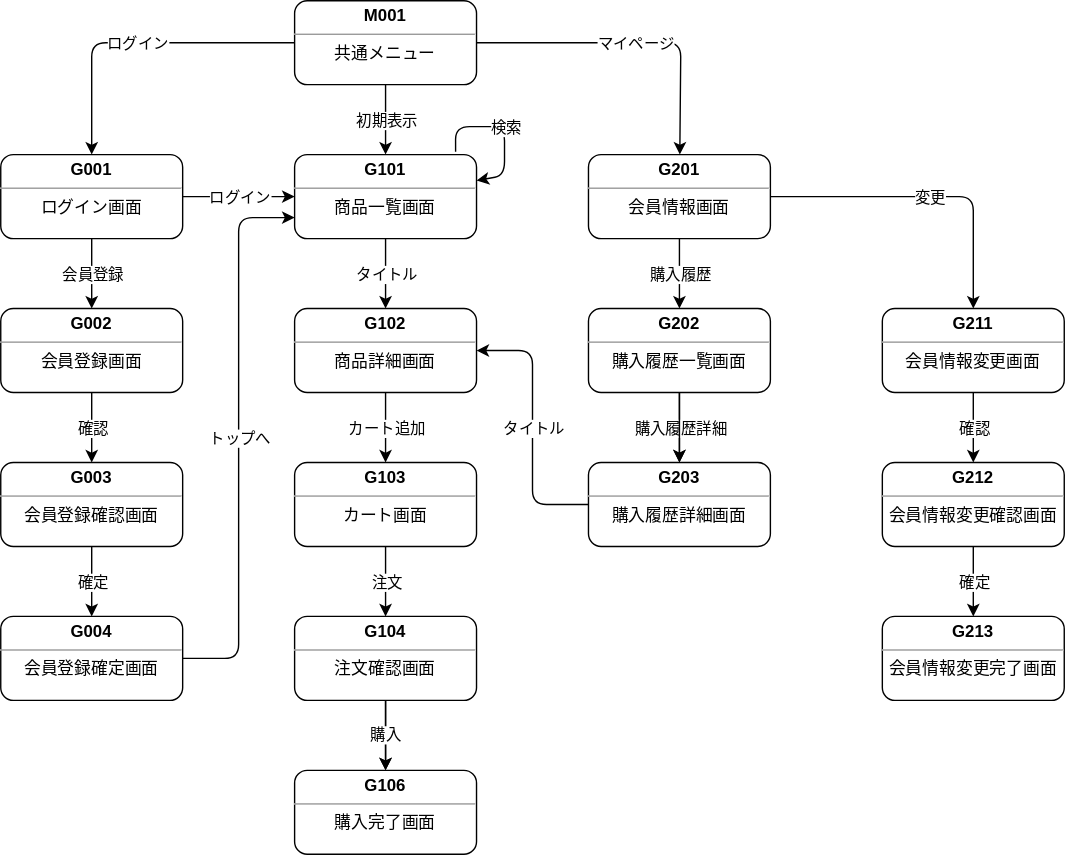
la-java-silicon-2021/shopping-doc keeps this draw.io diagram as documents/20_外部設計/image/画面遷移図.svg. Above is the earlier version. Source tidied: cells renumbered, new cells last; positions are measured from the earlier drawing's top-left corner, leaving out a move shared by most shapes. The source it was exported from:
```xml
<mxGraphModel>
  <root>
    <mxCell id="0" />
    <mxCell id="1" parent="0" />
    <mxCell id="2" style="endArrow=classic;html=1;" parent="1" edge="1" source="34" target="35">
      <mxGeometry relative="1" as="geometry" />
    </mxCell>
    <mxCell id="3" value="会員登録" style="edgeLabel;html=1;align=center;verticalAlign=middle;" parent="2" vertex="1">
      <mxGeometry relative="1" as="geometry" />
    </mxCell>
    <mxCell id="4" style="endArrow=classic;html=1;" parent="1" edge="1" source="35" target="36">
      <mxGeometry relative="1" as="geometry" />
    </mxCell>
    <mxCell id="5" value="確認" style="edgeLabel;html=1;align=center;verticalAlign=middle;" parent="4" vertex="1">
      <mxGeometry relative="1" as="geometry" />
    </mxCell>
    <mxCell id="6" style="endArrow=classic;html=1;" parent="1" edge="1" source="34" target="38">
      <mxGeometry relative="1" as="geometry" />
    </mxCell>
    <mxCell id="7" value="ログイン" style="edgeLabel;html=1;align=center;verticalAlign=middle;" parent="6" vertex="1">
      <mxGeometry relative="1" as="geometry" />
    </mxCell>
    <mxCell id="8" style="endArrow=classic;html=1;" parent="1" edge="1" source="38" target="39">
      <mxGeometry relative="1" as="geometry" />
    </mxCell>
    <mxCell id="9" value="タイトル" style="edgeLabel;html=1;align=center;verticalAlign=middle;" parent="8" vertex="1">
      <mxGeometry relative="1" as="geometry" />
    </mxCell>
    <mxCell id="10" style="endArrow=classic;html=1;" parent="1" edge="1" source="39" target="40">
      <mxGeometry relative="1" as="geometry" />
    </mxCell>
    <mxCell id="11" value="カート追加" style="edgeLabel;html=1;align=center;verticalAlign=middle;" parent="10" vertex="1">
      <mxGeometry relative="1" as="geometry" />
    </mxCell>
    <mxCell id="12" style="edgeStyle=orthogonalEdgeStyle;rounded=0;orthogonalLoop=1;jettySize=auto;html=1;" parent="1" edge="1">
      <mxGeometry relative="1" as="geometry">
        <mxPoint x="275" y="500" as="sourcePoint" />
        <mxPoint x="275" y="550" as="targetPoint" />
      </mxGeometry>
    </mxCell>
    <mxCell id="13" style="endArrow=classic;html=1;" parent="1" edge="1" source="40" target="46">
      <mxGeometry relative="1" as="geometry" />
    </mxCell>
    <mxCell id="14" value="注文" style="edgeLabel;html=1;align=center;verticalAlign=middle;" parent="13" vertex="1">
      <mxGeometry relative="1" as="geometry" />
    </mxCell>
    <mxCell id="15" value="購入" style="endArrow=classic;html=1;" parent="1" edge="1" source="46" target="47">
      <mxGeometry relative="1" as="geometry" />
    </mxCell>
    <mxCell id="16" style="endArrow=classic;html=1;" parent="1" edge="1" source="53" target="39">
      <mxGeometry relative="1" as="geometry">
        <Array as="points">
          <mxPoint x="380" y="360" />
          <mxPoint x="380" y="250" />
        </Array>
      </mxGeometry>
    </mxCell>
    <mxCell id="17" value="タイトル" style="edgeLabel;html=1;align=center;verticalAlign=middle;" parent="16" vertex="1">
      <mxGeometry relative="1" as="geometry" />
    </mxCell>
    <mxCell id="18" style="endArrow=classic;html=1;" parent="1" edge="1" source="41" target="50">
      <mxGeometry relative="1" as="geometry">
        <Array as="points">
          <mxPoint x="486" y="30" />
        </Array>
      </mxGeometry>
    </mxCell>
    <mxCell id="19" value="マイページ" style="edgeLabel;html=1;align=center;verticalAlign=middle;" parent="18" vertex="1">
      <mxGeometry relative="1" as="geometry" />
    </mxCell>
    <mxCell id="20" style="endArrow=classic;html=1;" parent="1" edge="1" source="50" target="52">
      <mxGeometry relative="1" as="geometry" />
    </mxCell>
    <mxCell id="21" value="購入履歴" style="edgeLabel;html=1;align=center;verticalAlign=middle;" parent="20" vertex="1">
      <mxGeometry relative="1" as="geometry" />
    </mxCell>
    <mxCell id="22" style="endArrow=classic;html=1;exitX=0.5;exitY=1;exitDx=0;exitDy=0;entryX=0.5;entryY=0;entryDx=0;entryDy=0;" parent="1" edge="1">
      <mxGeometry relative="1" as="geometry">
        <mxPoint x="485" y="280" as="sourcePoint" />
        <mxPoint x="485" y="330" as="targetPoint" />
      </mxGeometry>
    </mxCell>
    <mxCell id="23" value="購入履歴詳細" style="edgeLabel;html=1;align=center;verticalAlign=middle;" parent="22" vertex="1">
      <mxGeometry relative="1" as="geometry" />
    </mxCell>
    <mxCell id="24" style="endArrow=classic;html=1;" parent="1" edge="1" source="50" target="54">
      <mxGeometry relative="1" as="geometry">
        <Array as="points">
          <mxPoint x="695" y="140" />
        </Array>
      </mxGeometry>
    </mxCell>
    <mxCell id="25" value="変更" style="edgeLabel;html=1;align=center;verticalAlign=middle;" parent="24" vertex="1">
      <mxGeometry relative="1" as="geometry" />
    </mxCell>
    <mxCell id="26" style="endArrow=classic;html=1;" parent="1" edge="1" source="54" target="55">
      <mxGeometry relative="1" as="geometry" />
    </mxCell>
    <mxCell id="27" value="確認" style="edgeLabel;html=1;align=center;verticalAlign=middle;" parent="26" vertex="1">
      <mxGeometry relative="1" as="geometry" />
    </mxCell>
    <mxCell id="28" style="endArrow=classic;html=1;" parent="1" edge="1" source="55" target="56">
      <mxGeometry relative="1" as="geometry" />
    </mxCell>
    <mxCell id="29" value="確定" style="edgeLabel;html=1;align=center;verticalAlign=middle;" parent="28" vertex="1">
      <mxGeometry relative="1" as="geometry" />
    </mxCell>
    <mxCell id="30" style="endArrow=classic;html=1;" parent="1" edge="1" source="36" target="37">
      <mxGeometry relative="1" as="geometry" />
    </mxCell>
    <mxCell id="31" value="確定" style="edgeLabel;html=1;align=center;verticalAlign=middle;" parent="30" vertex="1">
      <mxGeometry relative="1" as="geometry" />
    </mxCell>
    <mxCell id="32" style="endArrow=classic;html=1;entryX=0;entryY=0.75;entryDx=0;entryDy=0;" parent="1" edge="1" source="37" target="38">
      <mxGeometry relative="1" as="geometry">
        <Array as="points">
          <mxPoint x="170" y="470" />
          <mxPoint x="170" y="155" />
        </Array>
      </mxGeometry>
    </mxCell>
    <mxCell id="33" value="トップへ" style="edgeLabel;html=1;align=center;verticalAlign=middle;" parent="32" vertex="1">
      <mxGeometry relative="1" as="geometry" />
    </mxCell>
    <mxCell id="34" value="&lt;p style=&quot;margin: 0px ; margin-top: 4px ; text-align: center&quot;&gt;&lt;b&gt;G001&lt;/b&gt;&lt;/p&gt;&lt;hr size=&quot;1&quot;&gt;&lt;div style=&quot;text-align: center ; height: 2px&quot;&gt;ログイン画面&lt;/div&gt;" style="verticalAlign=top;align=left;overflow=fill;fontSize=12;fontFamily=Helvetica;html=1;rounded=1;" parent="1" vertex="1">
      <mxGeometry y="110" width="130" height="60" as="geometry" />
    </mxCell>
    <mxCell id="35" value="&lt;p style=&quot;margin: 0px ; margin-top: 4px ; text-align: center&quot;&gt;&lt;b&gt;G002&lt;/b&gt;&lt;/p&gt;&lt;hr size=&quot;1&quot;&gt;&lt;div style=&quot;text-align: center ; height: 2px&quot;&gt;会員登録画面&lt;br&gt;&lt;/div&gt;" style="verticalAlign=top;align=left;overflow=fill;fontSize=12;fontFamily=Helvetica;html=1;rounded=1;" parent="1" vertex="1">
      <mxGeometry y="220" width="130" height="60" as="geometry" />
    </mxCell>
    <mxCell id="36" value="&lt;p style=&quot;margin: 0px ; margin-top: 4px ; text-align: center&quot;&gt;&lt;b&gt;G003&lt;/b&gt;&lt;/p&gt;&lt;hr size=&quot;1&quot;&gt;&lt;div style=&quot;text-align: center ; height: 2px&quot;&gt;会員登録確認画面&lt;br&gt;&lt;/div&gt;" style="verticalAlign=top;align=left;overflow=fill;fontSize=12;fontFamily=Helvetica;html=1;rounded=1;" parent="1" vertex="1">
      <mxGeometry y="330" width="130" height="60" as="geometry" />
    </mxCell>
    <mxCell id="37" value="&lt;p style=&quot;margin: 0px ; margin-top: 4px ; text-align: center&quot;&gt;&lt;b&gt;G004&lt;/b&gt;&lt;/p&gt;&lt;hr size=&quot;1&quot;&gt;&lt;div style=&quot;text-align: center ; height: 2px&quot;&gt;会員登録確定画面&lt;br&gt;&lt;/div&gt;" style="verticalAlign=top;align=left;overflow=fill;fontSize=12;fontFamily=Helvetica;html=1;rounded=1;" parent="1" vertex="1">
      <mxGeometry y="440" width="130" height="60" as="geometry" />
    </mxCell>
    <mxCell id="38" value="&lt;p style=&quot;margin: 0px ; margin-top: 4px ; text-align: center&quot;&gt;&lt;b&gt;G101&lt;/b&gt;&lt;/p&gt;&lt;hr size=&quot;1&quot;&gt;&lt;div style=&quot;text-align: center ; height: 2px&quot;&gt;商品一覧画面&lt;br&gt;&lt;/div&gt;" style="verticalAlign=top;align=left;overflow=fill;fontSize=12;fontFamily=Helvetica;html=1;rounded=1;" parent="1" vertex="1">
      <mxGeometry x="210" y="110" width="130" height="60" as="geometry" />
    </mxCell>
    <mxCell id="39" value="&lt;p style=&quot;margin: 0px ; margin-top: 4px ; text-align: center&quot;&gt;&lt;b&gt;G102&lt;/b&gt;&lt;/p&gt;&lt;hr size=&quot;1&quot;&gt;&lt;div style=&quot;text-align: center ; height: 2px&quot;&gt;商品詳細画面&lt;br&gt;&lt;/div&gt;" style="verticalAlign=top;align=left;overflow=fill;fontSize=12;fontFamily=Helvetica;html=1;rounded=1;" parent="1" vertex="1">
      <mxGeometry x="210" y="220" width="130" height="60" as="geometry" />
    </mxCell>
    <mxCell id="40" value="&lt;p style=&quot;margin: 0px ; margin-top: 4px ; text-align: center&quot;&gt;&lt;b&gt;G103&lt;/b&gt;&lt;/p&gt;&lt;hr size=&quot;1&quot;&gt;&lt;div style=&quot;text-align: center ; height: 2px&quot;&gt;カート画面&lt;br&gt;&lt;/div&gt;" style="verticalAlign=top;align=left;overflow=fill;fontSize=12;fontFamily=Helvetica;html=1;rounded=1;" parent="1" vertex="1">
      <mxGeometry x="210" y="330" width="130" height="60" as="geometry" />
    </mxCell>
    <mxCell id="41" value="&lt;p style=&quot;margin: 0px ; margin-top: 4px ; text-align: center&quot;&gt;&lt;b&gt;M001&lt;/b&gt;&lt;/p&gt;&lt;hr size=&quot;1&quot;&gt;&lt;div style=&quot;text-align: center ; height: 2px&quot;&gt;共通メニュー&lt;/div&gt;" style="verticalAlign=top;align=left;overflow=fill;fontSize=12;fontFamily=Helvetica;html=1;rounded=1;" parent="1" vertex="1">
      <mxGeometry x="210" width="130" height="60" as="geometry" />
    </mxCell>
    <mxCell id="42" style="endArrow=classic;html=1;" parent="1" edge="1" source="41" target="38">
      <mxGeometry relative="1" as="geometry" />
    </mxCell>
    <mxCell id="43" value="初期表示" style="edgeLabel;html=1;align=center;verticalAlign=middle;" parent="42" vertex="1">
      <mxGeometry relative="1" as="geometry" />
    </mxCell>
    <mxCell id="44" style="endArrow=classic;html=1;" parent="1" edge="1" source="41" target="34">
      <mxGeometry relative="1" as="geometry">
        <Array as="points">
          <mxPoint x="65" y="30" />
        </Array>
      </mxGeometry>
    </mxCell>
    <mxCell id="45" value="ログイン" style="edgeLabel;html=1;align=center;verticalAlign=middle;" parent="44" vertex="1">
      <mxGeometry relative="1" as="geometry" />
    </mxCell>
    <mxCell id="46" value="&lt;p style=&quot;margin: 0px ; margin-top: 4px ; text-align: center&quot;&gt;&lt;b&gt;G104&lt;/b&gt;&lt;/p&gt;&lt;hr size=&quot;1&quot;&gt;&lt;div style=&quot;text-align: center ; height: 2px&quot;&gt;注文確認画面&lt;br&gt;&lt;/div&gt;" style="verticalAlign=top;align=left;overflow=fill;fontSize=12;fontFamily=Helvetica;html=1;rounded=1;" parent="1" vertex="1">
      <mxGeometry x="210" y="440" width="130" height="60" as="geometry" />
    </mxCell>
    <mxCell id="47" value="&lt;p style=&quot;margin: 0px ; margin-top: 4px ; text-align: center&quot;&gt;&lt;b&gt;G106&lt;/b&gt;&lt;/p&gt;&lt;hr size=&quot;1&quot;&gt;&lt;div style=&quot;text-align: center ; height: 2px&quot;&gt;購入完了画面&lt;br&gt;&lt;/div&gt;" style="verticalAlign=top;align=left;overflow=fill;fontSize=12;fontFamily=Helvetica;html=1;rounded=1;" parent="1" vertex="1">
      <mxGeometry x="210" y="550" width="130" height="60" as="geometry" />
    </mxCell>
    <mxCell id="48" style="endArrow=classic;html=1;exitX=0.885;exitY=-0.033;exitDx=0;exitDy=0;exitPerimeter=0;" parent="1" edge="1" source="38" target="38">
      <mxGeometry relative="1" as="geometry">
        <Array as="points">
          <mxPoint x="325" y="90" />
          <mxPoint x="360" y="90" />
          <mxPoint x="360" y="125" />
        </Array>
      </mxGeometry>
    </mxCell>
    <mxCell id="49" value="検索" style="edgeLabel;html=1;align=center;verticalAlign=middle;" parent="48" vertex="1">
      <mxGeometry relative="1" as="geometry" />
    </mxCell>
    <mxCell id="50" value="&lt;p style=&quot;margin: 0px ; margin-top: 4px ; text-align: center&quot;&gt;&lt;b&gt;G201&lt;/b&gt;&lt;/p&gt;&lt;hr size=&quot;1&quot;&gt;&lt;div style=&quot;text-align: center ; height: 2px&quot;&gt;会員情報画面&lt;br&gt;&lt;/div&gt;" style="verticalAlign=top;align=left;overflow=fill;fontSize=12;fontFamily=Helvetica;html=1;rounded=1;" parent="1" vertex="1">
      <mxGeometry x="420" y="110" width="130" height="60" as="geometry" />
    </mxCell>
    <mxCell id="51" style="edgeStyle=orthogonalEdgeStyle;rounded=0;jettySize=auto;html=1;" parent="1" edge="1" source="52" target="53">
      <mxGeometry relative="1" as="geometry" />
    </mxCell>
    <mxCell id="52" value="&lt;p style=&quot;margin: 0px ; margin-top: 4px ; text-align: center&quot;&gt;&lt;b&gt;G202&lt;/b&gt;&lt;/p&gt;&lt;hr size=&quot;1&quot;&gt;&lt;div style=&quot;text-align: center ; height: 2px&quot;&gt;購入履歴一覧画面&lt;br&gt;&lt;/div&gt;" style="verticalAlign=top;align=left;overflow=fill;fontSize=12;fontFamily=Helvetica;html=1;rounded=1;" parent="1" vertex="1">
      <mxGeometry x="420" y="220" width="130" height="60" as="geometry" />
    </mxCell>
    <mxCell id="53" value="&lt;p style=&quot;margin: 0px ; margin-top: 4px ; text-align: center&quot;&gt;&lt;b&gt;G203&lt;/b&gt;&lt;/p&gt;&lt;hr size=&quot;1&quot;&gt;&lt;div style=&quot;text-align: center ; height: 2px&quot;&gt;購入履歴詳細画面&lt;br&gt;&lt;/div&gt;" style="verticalAlign=top;align=left;overflow=fill;fontSize=12;fontFamily=Helvetica;html=1;rounded=1;" parent="1" vertex="1">
      <mxGeometry x="420" y="330" width="130" height="60" as="geometry" />
    </mxCell>
    <mxCell id="54" value="&lt;p style=&quot;margin: 0px ; margin-top: 4px ; text-align: center&quot;&gt;&lt;b&gt;G211&lt;/b&gt;&lt;/p&gt;&lt;hr size=&quot;1&quot;&gt;&lt;div style=&quot;text-align: center ; height: 2px&quot;&gt;会員情報変更画面&lt;br&gt;&lt;/div&gt;" style="verticalAlign=top;align=left;overflow=fill;fontSize=12;fontFamily=Helvetica;html=1;rounded=1;" parent="1" vertex="1">
      <mxGeometry x="630" y="220" width="130" height="60" as="geometry" />
    </mxCell>
    <mxCell id="55" value="&lt;p style=&quot;margin: 0px ; margin-top: 4px ; text-align: center&quot;&gt;&lt;b&gt;G212&lt;/b&gt;&lt;/p&gt;&lt;hr size=&quot;1&quot;&gt;&lt;div style=&quot;text-align: center ; height: 2px&quot;&gt;会員情報変更確認画面&lt;br&gt;&lt;/div&gt;" style="verticalAlign=top;align=left;overflow=fill;fontSize=12;fontFamily=Helvetica;html=1;rounded=1;" parent="1" vertex="1">
      <mxGeometry x="630" y="330" width="130" height="60" as="geometry" />
    </mxCell>
    <mxCell id="56" value="&lt;p style=&quot;margin: 0px ; margin-top: 4px ; text-align: center&quot;&gt;&lt;b&gt;G213&lt;/b&gt;&lt;/p&gt;&lt;hr size=&quot;1&quot;&gt;&lt;div style=&quot;text-align: center ; height: 2px&quot;&gt;会員情報変更完了画面&lt;br&gt;&lt;/div&gt;" style="verticalAlign=top;align=left;overflow=fill;fontSize=12;fontFamily=Helvetica;html=1;rounded=1;" parent="1" vertex="1">
      <mxGeometry x="630" y="440" width="130" height="60" as="geometry" />
    </mxCell>
  </root>
</mxGraphModel>
```
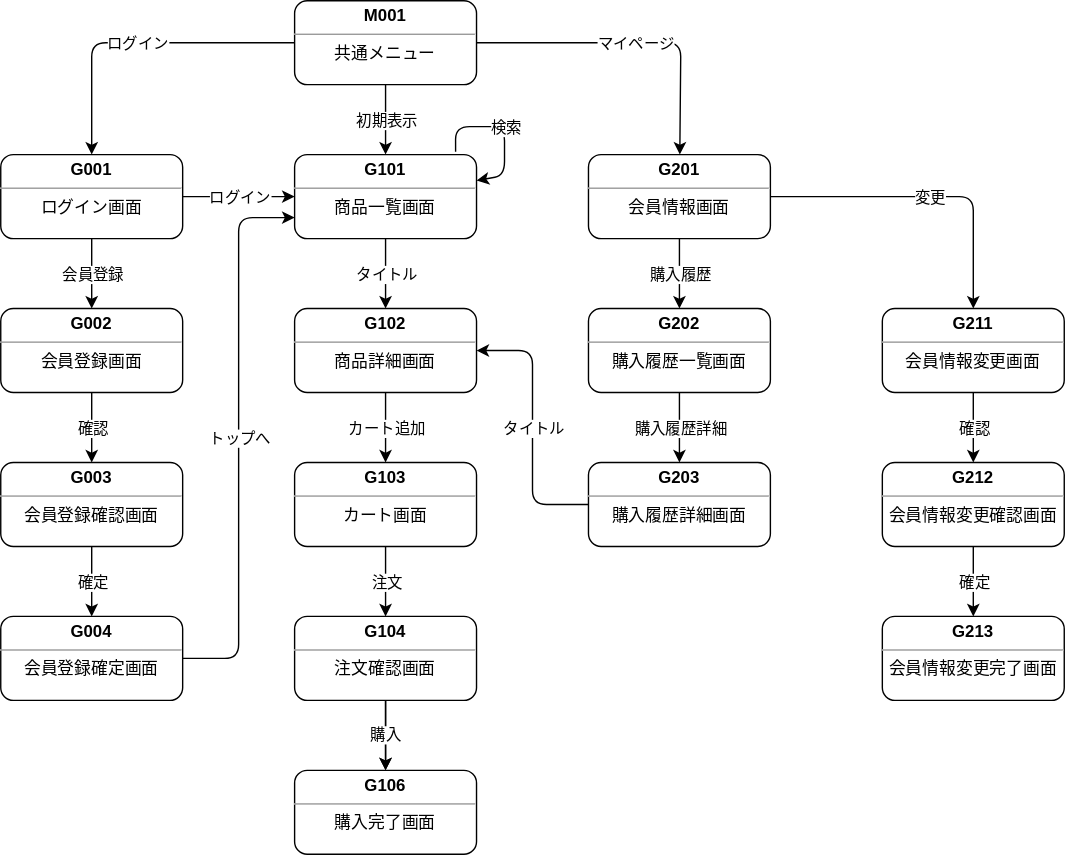
Above is the later version.

Commit message:
画面遷移図.svg を更新します

The edit, as a diff of the source:
```diff
@@ -183,9 +183,6 @@
     <mxCell id="50" value="&lt;p style=&quot;margin: 0px ; margin-top: 4px ; text-align: center&quot;&gt;&lt;b&gt;G201&lt;/b&gt;&lt;/p&gt;&lt;hr size=&quot;1&quot;&gt;&lt;div style=&quot;text-align: center ; height: 2px&quot;&gt;会員情報画面&lt;br&gt;&lt;/div&gt;" style="verticalAlign=top;align=left;overflow=fill;fontSize=12;fontFamily=Helvetica;html=1;rounded=1;" parent="1" vertex="1">
       <mxGeometry x="420" y="110" width="130" height="60" as="geometry" />
     </mxCell>
-    <mxCell id="51" style="edgeStyle=orthogonalEdgeStyle;rounded=0;jettySize=auto;html=1;" parent="1" edge="1" source="52" target="53">
-      <mxGeometry relative="1" as="geometry" />
-    </mxCell>
     <mxCell id="52" value="&lt;p style=&quot;margin: 0px ; margin-top: 4px ; text-align: center&quot;&gt;&lt;b&gt;G202&lt;/b&gt;&lt;/p&gt;&lt;hr size=&quot;1&quot;&gt;&lt;div style=&quot;text-align: center ; height: 2px&quot;&gt;購入履歴一覧画面&lt;br&gt;&lt;/div&gt;" style="verticalAlign=top;align=left;overflow=fill;fontSize=12;fontFamily=Helvetica;html=1;rounded=1;" parent="1" vertex="1">
       <mxGeometry x="420" y="220" width="130" height="60" as="geometry" />
     </mxCell>
```
